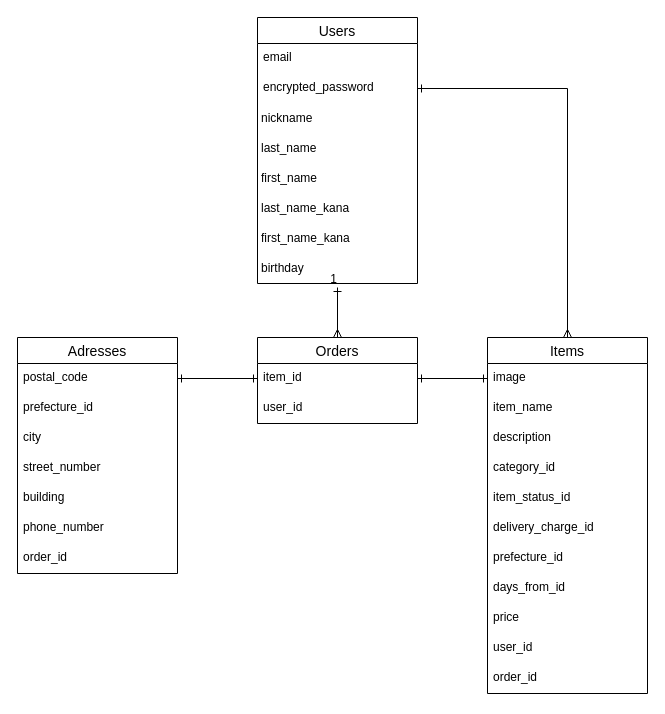
This is draw_data.dio from yuki421/furima-35513, a draw.io file, before an edit. Source tidied: cells renumbered, new cells numbered last; positions are measured from the earlier drawing's top-left corner, leaving out a move shared by most shapes. Both pictures are drawn from the tidied source at 100%, with x=0, y=0 at pixel (17, 17).
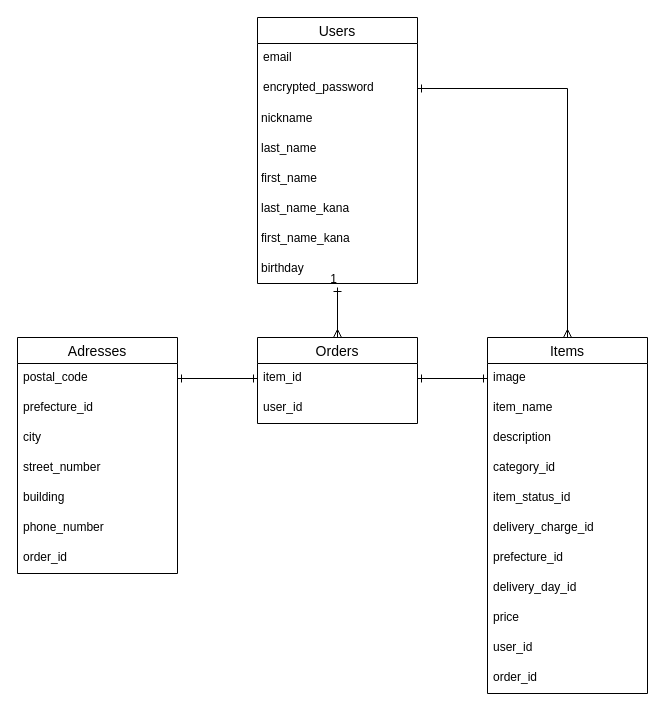
The same page after the edit.

Commit message (it also covers changes not shown here):
データベース修正（4回目）

The change refers to these unchanged cells:
```xml
<mxCell id="11" value="Items" style="swimlane;fontStyle=0;horizontal=1;startSize=26;align=center;fontSize=14;" parent="1" vertex="1">
  <mxGeometry x="470" y="320" width="160" height="356" as="geometry" />
</mxCell>
```

The edit, as a diff of the source:
```diff
@@
-    <mxCell id="19" value="days_from_id" style="text;strokeColor=none;fillColor=none;spacingLeft=4;spacingRight=4;overflow=hidden;fontSize=12;" parent="11" vertex="1">
+    <mxCell id="19" value="delivery_day_id" style="text;strokeColor=none;fillColor=none;spacingLeft=4;spacingRight=4;overflow=hidden;fontSize=12;" parent="11" vertex="1">
       <mxGeometry y="236" width="160" height="30" as="geometry" />
     </mxCell>
```
